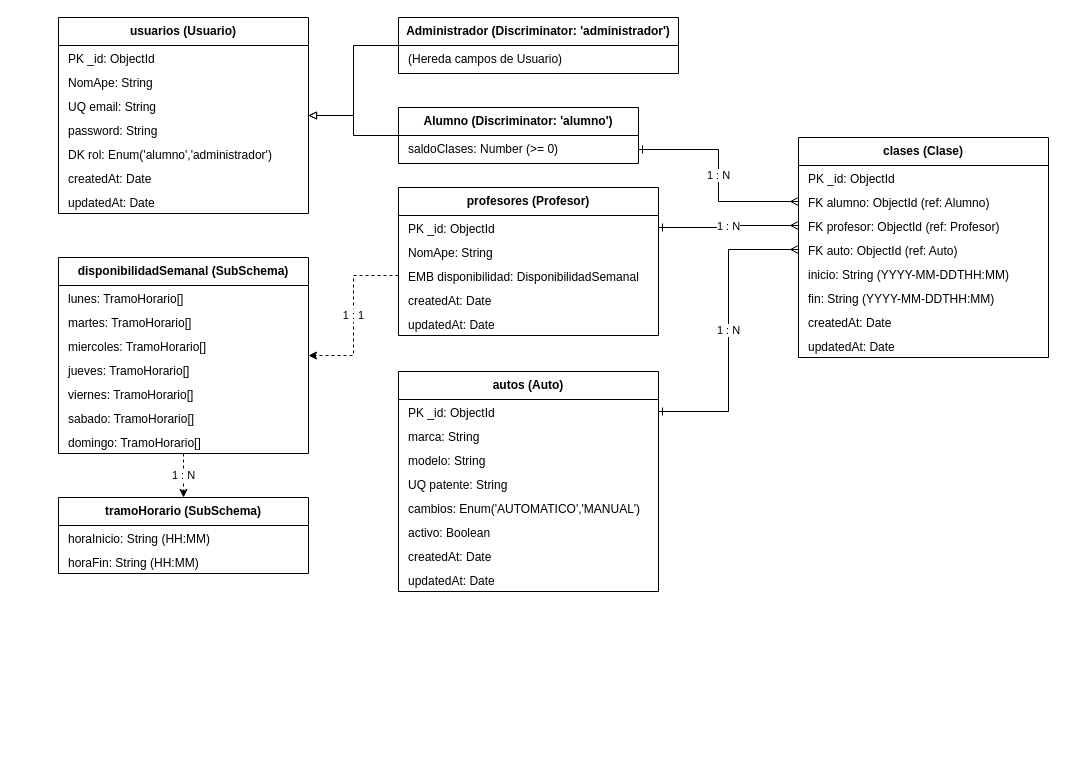
Earlier version of the draw.io diagram docs/Diagrama/DriveAndLearn-diagrama.drawio (SM03594/INSPT-Prog3-DriveAndLearn-backend). Source tidied: cells renumbered, new cells numbered last; positions are measured from the earlier drawing's top-left corner, leaving out a move shared by most shapes. Both pictures are drawn from the tidied source at 100%, with x=0, y=0 at pixel (58, 17).
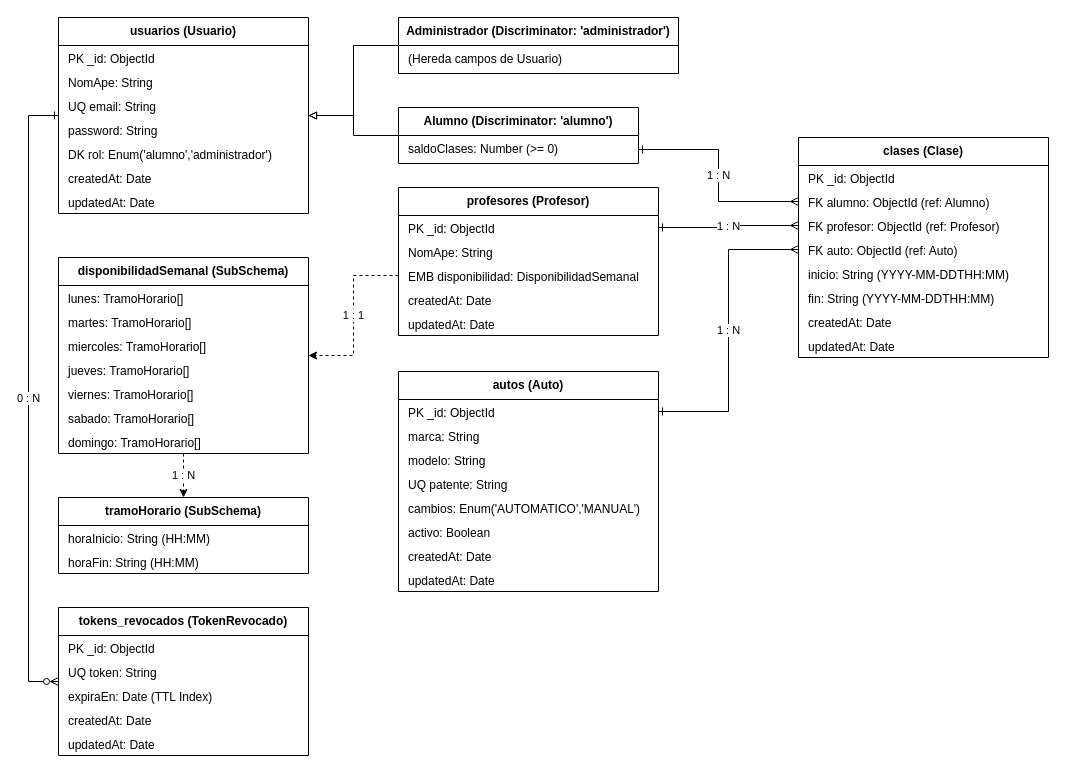
After the change.

Unchanged cells that the change refers to:
```xml
<mxCell id="2" value="usuarios (Usuario)" style="swimlane;fontStyle=1;align=center;verticalAlign=top;horizontal=1;startSize=28;fillColor=none;strokeColor=#000000;fontColor=#000000;" parent="1" vertex="1">
  <mxGeometry width="250" height="196" as="geometry" />
</mxCell>
```

Diff of the diagram source:
```diff
@@
+    <mxCell id="56" value="tokens_revocados (TokenRevocado)" style="swimlane;fontStyle=1;align=center;verticalAlign=top;horizontal=1;startSize=28;fillColor=none;strokeColor=#000000;fontColor=#000000;" parent="1" vertex="1">
+      <mxGeometry y="590" width="250" height="148" as="geometry" />
+    </mxCell>
+    <mxCell id="57" value="PK  _id: ObjectId" style="text;strokeColor=none;fillColor=none;align=left;verticalAlign=top;spacingLeft=8;spacingRight=4;overflow=hidden;fontColor=#000000;" parent="56" vertex="1">
+      <mxGeometry y="28" width="250" height="24" as="geometry" />
+    </mxCell>
+    <mxCell id="58" value="UQ  token: String" style="text;strokeColor=none;fillColor=none;align=left;verticalAlign=top;spacingLeft=8;spacingRight=4;overflow=hidden;fontColor=#000000;" parent="56" vertex="1">
+      <mxGeometry y="52" width="250" height="24" as="geometry" />
+    </mxCell>
+    <mxCell id="59" value="    expiraEn: Date (TTL Index)" style="text;strokeColor=none;fillColor=none;align=left;verticalAlign=top;spacingLeft=8;spacingRight=4;overflow=hidden;fontColor=#000000;" parent="56" vertex="1">
+      <mxGeometry y="76" width="250" height="24" as="geometry" />
+    </mxCell>
+    <mxCell id="60" value="    createdAt: Date" style="text;strokeColor=none;fillColor=none;align=left;verticalAlign=top;spacingLeft=8;spacingRight=4;overflow=hidden;fontColor=#000000;" parent="56" vertex="1">
+      <mxGeometry y="100" width="250" height="24" as="geometry" />
+    </mxCell>
+    <mxCell id="61" value="    updatedAt: Date" style="text;strokeColor=none;fillColor=none;align=left;verticalAlign=top;spacingLeft=8;spacingRight=4;overflow=hidden;fontColor=#000000;" parent="56" vertex="1">
+      <mxGeometry y="124" width="250" height="24" as="geometry" />
+    </mxCell>
+    <mxCell id="62" value="0 : N" style="edgeStyle=orthogonalEdgeStyle;rounded=0;jettySize=auto;html=1;startArrow=ERone;startFill=0;endArrow=ERzeroToMany;endFill=0;strokeColor=#000000;exitX=0;exitY=0.5;exitDx=0;exitDy=0;entryX=0;entryY=0.5;entryDx=0;entryDy=0;" parent="1" edge="1" source="2" target="56">
+      <mxGeometry relative="1" as="geometry">
+        <Array as="points">
+          <mxPoint x="-30" y="98" />
+          <mxPoint x="-30" y="664" />
+        </Array>
+      </mxGeometry>
+    </mxCell>
```
